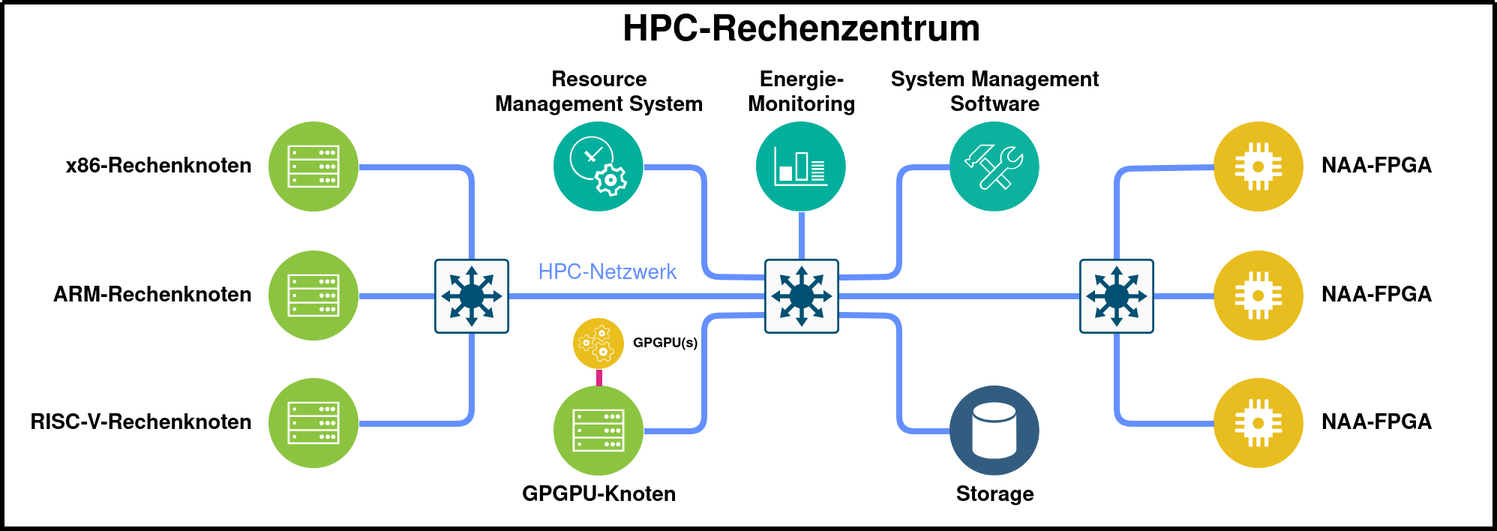
This is docs/source/_static/Datacenter_3.png from naaice-greenhpc/naa-communication-library, a draw.io export, as it was before one commit. Source tidied: cells renumbered, new cells last; positions are measured from the earlier drawing's top-left corner, leaving out a move shared by most shapes.
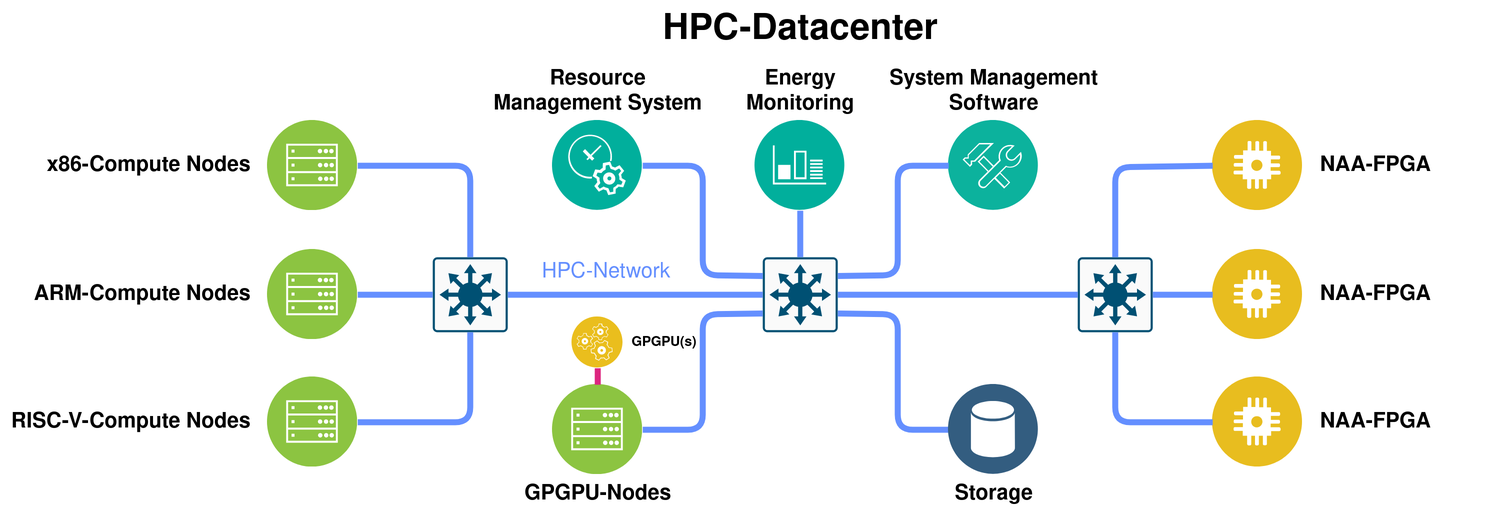
The same diagram one commit later.

What changed in the source:
```diff
@@ -2,10 +2,10 @@
   <root>
     <mxCell id="0" />
     <mxCell id="1" parent="0" />
-    <mxCell id="2" style="swimlane;shadow=0;fillColor=#ffffff;fontColor=none;align=right;startSize=0;noLabel=1;strokeWidth=3;" parent="1" vertex="1">
+    <mxCell id="2" style="swimlane;shadow=0;fillColor=#ffffff;fontColor=none;align=right;startSize=0;noLabel=1;strokeWidth=3;strokeColor=none;" parent="1" vertex="1">
       <mxGeometry width="995" height="351" as="geometry" />
     </mxCell>
-    <mxCell id="3" value="&lt;font style=&quot;font-size: 24px&quot;&gt;HPC-Rechenzentrum&lt;/font&gt;" style="text;html=1;align=center;verticalAlign=middle;shadow=0;dashed=0;strokeColor=none;fillColor=none;labelBackgroundColor=none;fontStyle=1;fontSize=14;spacingLeft=5;" parent="2" vertex="1">
+    <mxCell id="3" value="&lt;font style=&quot;font-size: 24px&quot;&gt;HPC-Datacenter&lt;/font&gt;" style="text;html=1;align=center;verticalAlign=middle;shadow=0;dashed=0;strokeColor=none;fillColor=none;labelBackgroundColor=none;fontStyle=1;fontSize=14;spacingLeft=5;" parent="2" vertex="1">
       <mxGeometry x="70" y="10" width="920" height="20" as="geometry" />
     </mxCell>
     <mxCell id="4" value="&lt;div&gt;&lt;font style=&quot;font-size: 14px&quot;&gt;&lt;b style=&quot;font-size: 14px&quot;&gt;NAA-FPGA&lt;/b&gt;&lt;/font&gt;&lt;/div&gt;" style="perimeter=ellipsePerimeter;html=1;align=left;shadow=0;dashed=0;labelBackgroundColor=#ffffff;fontSize=14;spacingTop=0;image;image=img/lib/ibm/applications/iot_application.svg;fontFamily=Helvetica;strokeColor=#330000;fillColor=#ffffff;labelPosition=right;verticalLabelPosition=middle;verticalAlign=middle;spacing=12;" parent="2" vertex="1">
@@ -17,19 +17,19 @@
     <mxCell id="6" value="&lt;font style=&quot;font-size: 14px&quot;&gt;&lt;b style=&quot;font-size: 14px&quot;&gt;NAA-FPGA&lt;/b&gt;&lt;/font&gt;" style="perimeter=ellipsePerimeter;html=1;align=left;shadow=0;dashed=0;labelBackgroundColor=#ffffff;fontSize=14;spacingTop=0;image;image=img/lib/ibm/applications/iot_application.svg;fontFamily=Helvetica;strokeColor=#330000;fillColor=#ffffff;labelPosition=right;verticalLabelPosition=middle;verticalAlign=middle;spacing=12;" parent="2" vertex="1">
       <mxGeometry x="808" y="251" width="60" height="60" as="geometry" />
     </mxCell>
-    <mxCell id="7" value="HPC-Netzwerk" style="text;html=1;strokeColor=none;fillColor=none;align=center;verticalAlign=middle;whiteSpace=wrap;rounded=0;fontSize=14;fontColor=#648FFF;" parent="2" vertex="1">
+    <mxCell id="7" value="HPC-Network" style="text;html=1;strokeColor=none;fillColor=none;align=center;verticalAlign=middle;whiteSpace=wrap;rounded=0;fontSize=14;fontColor=#648FFF;" parent="2" vertex="1">
       <mxGeometry x="335" y="171" width="138" height="20" as="geometry" />
     </mxCell>
     <mxCell id="8" style="points=[[0.015,0.015,0],[0.985,0.015,0],[0.985,0.985,0],[0.015,0.985,0],[0.25,0,0],[0.5,0,0],[0.75,0,0],[1,0.25,0],[1,0.5,0],[1,0.75,0],[0.75,1,0],[0.5,1,0],[0.25,1,0],[0,0.75,0],[0,0.5,0],[0,0.25,0]];verticalLabelPosition=bottom;html=1;verticalAlign=top;align=center;shape=mxgraph.cisco19.rect;prIcon=l3_switch;fillColor=#FAFAFA;strokeColor=#005073;" parent="2" vertex="1">
       <mxGeometry x="508" y="171" width="50" height="50" as="geometry" />
     </mxCell>
-    <mxCell id="9" value="&lt;div style=&quot;font-size: 14px&quot;&gt;&lt;font style=&quot;font-size: 14px&quot;&gt;&lt;b style=&quot;font-size: 14px&quot;&gt;&lt;font style=&quot;font-size: 14px&quot;&gt;x86-Rechenknoten&lt;/font&gt;&lt;/b&gt;&lt;/font&gt;&lt;/div&gt;" style="perimeter=ellipsePerimeter;html=1;align=right;shadow=0;dashed=0;labelBackgroundColor=#ffffff;fontSize=14;spacingTop=0;image;image=img/lib/ibm/infrastructure/mobile_backend.svg;verticalAlign=middle;spacing=0;labelPosition=left;verticalLabelPosition=middle;spacingLeft=0;spacingBottom=0;spacingRight=12;" parent="2" vertex="1">
+    <mxCell id="9" value="&lt;div style=&quot;font-size: 14px&quot;&gt;&lt;font style=&quot;font-size: 14px&quot;&gt;&lt;b style=&quot;font-size: 14px&quot;&gt;&lt;font style=&quot;font-size: 14px&quot;&gt;x86-Compute Nodes&lt;/font&gt;&lt;/b&gt;&lt;/font&gt;&lt;/div&gt;" style="perimeter=ellipsePerimeter;html=1;align=right;shadow=0;dashed=0;labelBackgroundColor=#ffffff;fontSize=14;spacingTop=0;image;image=img/lib/ibm/infrastructure/mobile_backend.svg;verticalAlign=middle;spacing=0;labelPosition=left;verticalLabelPosition=middle;spacingLeft=0;spacingBottom=0;spacingRight=12;" parent="2" vertex="1">
       <mxGeometry x="178" y="80" width="60" height="60" as="geometry" />
     </mxCell>
-    <mxCell id="10" value="&lt;div&gt;&lt;font style=&quot;font-size: 14px&quot;&gt;&lt;b style=&quot;font-size: 14px&quot;&gt;&lt;font style=&quot;font-size: 14px&quot;&gt;ARM-Rechenknoten&lt;br&gt;&lt;/font&gt;&lt;/b&gt;&lt;/font&gt;&lt;/div&gt;" style="perimeter=ellipsePerimeter;html=1;align=right;shadow=0;dashed=0;labelBackgroundColor=#ffffff;fontSize=14;spacingTop=0;image;image=img/lib/ibm/infrastructure/mobile_backend.svg;spacing=0;spacingRight=12;labelPosition=left;verticalLabelPosition=middle;verticalAlign=middle;" parent="2" vertex="1">
+    <mxCell id="10" value="&lt;div&gt;&lt;font style=&quot;font-size: 14px&quot;&gt;&lt;b style=&quot;font-size: 14px&quot;&gt;&lt;font style=&quot;font-size: 14px&quot;&gt;ARM-Compute Nodes&lt;br&gt;&lt;/font&gt;&lt;/b&gt;&lt;/font&gt;&lt;/div&gt;" style="perimeter=ellipsePerimeter;html=1;align=right;shadow=0;dashed=0;labelBackgroundColor=#ffffff;fontSize=14;spacingTop=0;image;image=img/lib/ibm/infrastructure/mobile_backend.svg;spacing=0;spacingRight=12;labelPosition=left;verticalLabelPosition=middle;verticalAlign=middle;" parent="2" vertex="1">
       <mxGeometry x="178" y="166" width="60" height="60" as="geometry" />
     </mxCell>
-    <mxCell id="11" value="&lt;b style=&quot;font-size: 14px&quot;&gt;&lt;font style=&quot;font-size: 14px&quot;&gt;RISC-V-Rechenknoten&lt;/font&gt;&lt;/b&gt;" style="perimeter=ellipsePerimeter;html=1;align=right;shadow=0;dashed=0;labelBackgroundColor=#ffffff;fontSize=14;spacingTop=0;image;image=img/lib/ibm/infrastructure/mobile_backend.svg;spacing=12;spacingRight=0;labelPosition=left;verticalLabelPosition=middle;verticalAlign=middle;" parent="2" vertex="1">
+    <mxCell id="11" value="&lt;b style=&quot;font-size: 14px&quot;&gt;&lt;font style=&quot;font-size: 14px&quot;&gt;RISC-V-Compute Nodes&lt;br&gt;&lt;/font&gt;&lt;/b&gt;" style="perimeter=ellipsePerimeter;html=1;align=right;shadow=0;dashed=0;labelBackgroundColor=#ffffff;fontSize=14;spacingTop=0;image;image=img/lib/ibm/infrastructure/mobile_backend.svg;spacing=12;spacingRight=0;labelPosition=left;verticalLabelPosition=middle;verticalAlign=middle;" parent="2" vertex="1">
       <mxGeometry x="178" y="251" width="60" height="60" as="geometry" />
     </mxCell>
     <mxCell id="12" style="points=[[0.015,0.015,0],[0.985,0.015,0],[0.985,0.985,0],[0.015,0.985,0],[0.25,0,0],[0.5,0,0],[0.75,0,0],[1,0.25,0],[1,0.5,0],[1,0.75,0],[0.75,1,0],[0.5,1,0],[0.25,1,0],[0,0.75,0],[0,0.5,0],[0,0.25,0]];verticalLabelPosition=bottom;html=1;verticalAlign=top;align=center;shape=mxgraph.cisco19.rect;prIcon=l3_switch;fillColor=#FAFAFA;strokeColor=#005073;" parent="2" vertex="1">
@@ -59,7 +59,7 @@
         </Array>
       </mxGeometry>
     </mxCell>
-    <mxCell id="17" value="&lt;b style=&quot;font-size: 14px&quot;&gt;&lt;font style=&quot;font-size: 14px&quot;&gt;GPGPU-Knoten&lt;/font&gt;&lt;/b&gt;" style="perimeter=ellipsePerimeter;html=1;align=center;shadow=0;dashed=0;labelBackgroundColor=#ffffff;fontSize=14;spacingTop=0;image;image=img/lib/ibm/infrastructure/mobile_backend.svg;labelPosition=center;verticalLabelPosition=bottom;verticalAlign=top;spacing=0;spacingLeft=0;spacingRight=0;" parent="2" vertex="1">
+    <mxCell id="17" value="&lt;b style=&quot;font-size: 14px&quot;&gt;&lt;font style=&quot;font-size: 14px&quot;&gt;GPGPU-Nodes&lt;/font&gt;&lt;/b&gt;" style="perimeter=ellipsePerimeter;html=1;align=center;shadow=0;dashed=0;labelBackgroundColor=#ffffff;fontSize=14;spacingTop=0;image;image=img/lib/ibm/infrastructure/mobile_backend.svg;labelPosition=center;verticalLabelPosition=bottom;verticalAlign=top;spacing=0;spacingLeft=0;spacingRight=0;" parent="2" vertex="1">
       <mxGeometry x="368" y="256" width="60" height="60" as="geometry" />
     </mxCell>
     <mxCell id="18" style="endArrow=none;html=1;strokeWidth=4;jumpStyle=arc;fontColor=#648FFF;strokeColor=#648FFF;exitX=1;exitY=0.5;exitDx=0;exitDy=0;spacingRight=12;entryX=0;entryY=0.75;entryDx=0;entryDy=0;entryPerimeter=0;" parent="2" edge="1" source="17" target="8">
@@ -89,7 +89,7 @@
     <mxCell id="21" value="&lt;font style=&quot;font-size: 14px&quot;&gt;Resource &lt;br&gt;Management System&lt;/font&gt;" style="perimeter=ellipsePerimeter;html=1;align=center;shadow=0;dashed=0;labelBackgroundColor=#ffffff;fontSize=12;spacingTop=3;image;image=img/lib/ibm/management/it_service_management.svg;fontFamily=Helvetica;strokeColor=#000000;fillColor=#ffffff;labelPosition=center;verticalLabelPosition=top;verticalAlign=bottom;fontStyle=1;" parent="2" vertex="1">
       <mxGeometry x="368" y="80" width="60" height="60" as="geometry" />
     </mxCell>
-    <mxCell id="22" value="&lt;font style=&quot;font-size: 14px&quot;&gt;Energie-&lt;br style=&quot;font-size: 14px&quot;&gt;Monitoring&lt;/font&gt;" style="perimeter=ellipsePerimeter;html=1;align=center;shadow=0;dashed=0;labelBackgroundColor=#ffffff;fontSize=14;spacingTop=3;image;image=img/lib/ibm/management/monitoring_metrics.svg;fontFamily=Helvetica;strokeColor=#000000;fillColor=#ffffff;labelPosition=center;verticalLabelPosition=top;verticalAlign=bottom;fontStyle=1;" parent="2" vertex="1">
+    <mxCell id="22" value="&lt;div&gt;&lt;font style=&quot;font-size: 14px&quot;&gt;Energy&lt;/font&gt;&lt;/div&gt;&lt;div&gt;&lt;font style=&quot;font-size: 14px&quot;&gt;Monitoring&lt;br&gt;&lt;/font&gt;&lt;/div&gt;" style="perimeter=ellipsePerimeter;html=1;align=center;shadow=0;dashed=0;labelBackgroundColor=#ffffff;fontSize=14;spacingTop=3;image;image=img/lib/ibm/management/monitoring_metrics.svg;fontFamily=Helvetica;strokeColor=#000000;fillColor=#ffffff;labelPosition=center;verticalLabelPosition=top;verticalAlign=bottom;fontStyle=1;" parent="2" vertex="1">
       <mxGeometry x="503" y="80" width="60" height="60" as="geometry" />
     </mxCell>
     <mxCell id="23" style="endArrow=none;html=1;strokeWidth=4;jumpStyle=arc;fontColor=#648FFF;strokeColor=#648FFF;exitX=0.5;exitY=1;exitDx=0;exitDy=0;entryX=0.5;entryY=0;entryDx=0;entryDy=0;entryPerimeter=0;" parent="2" edge="1" source="22" target="8">
```
